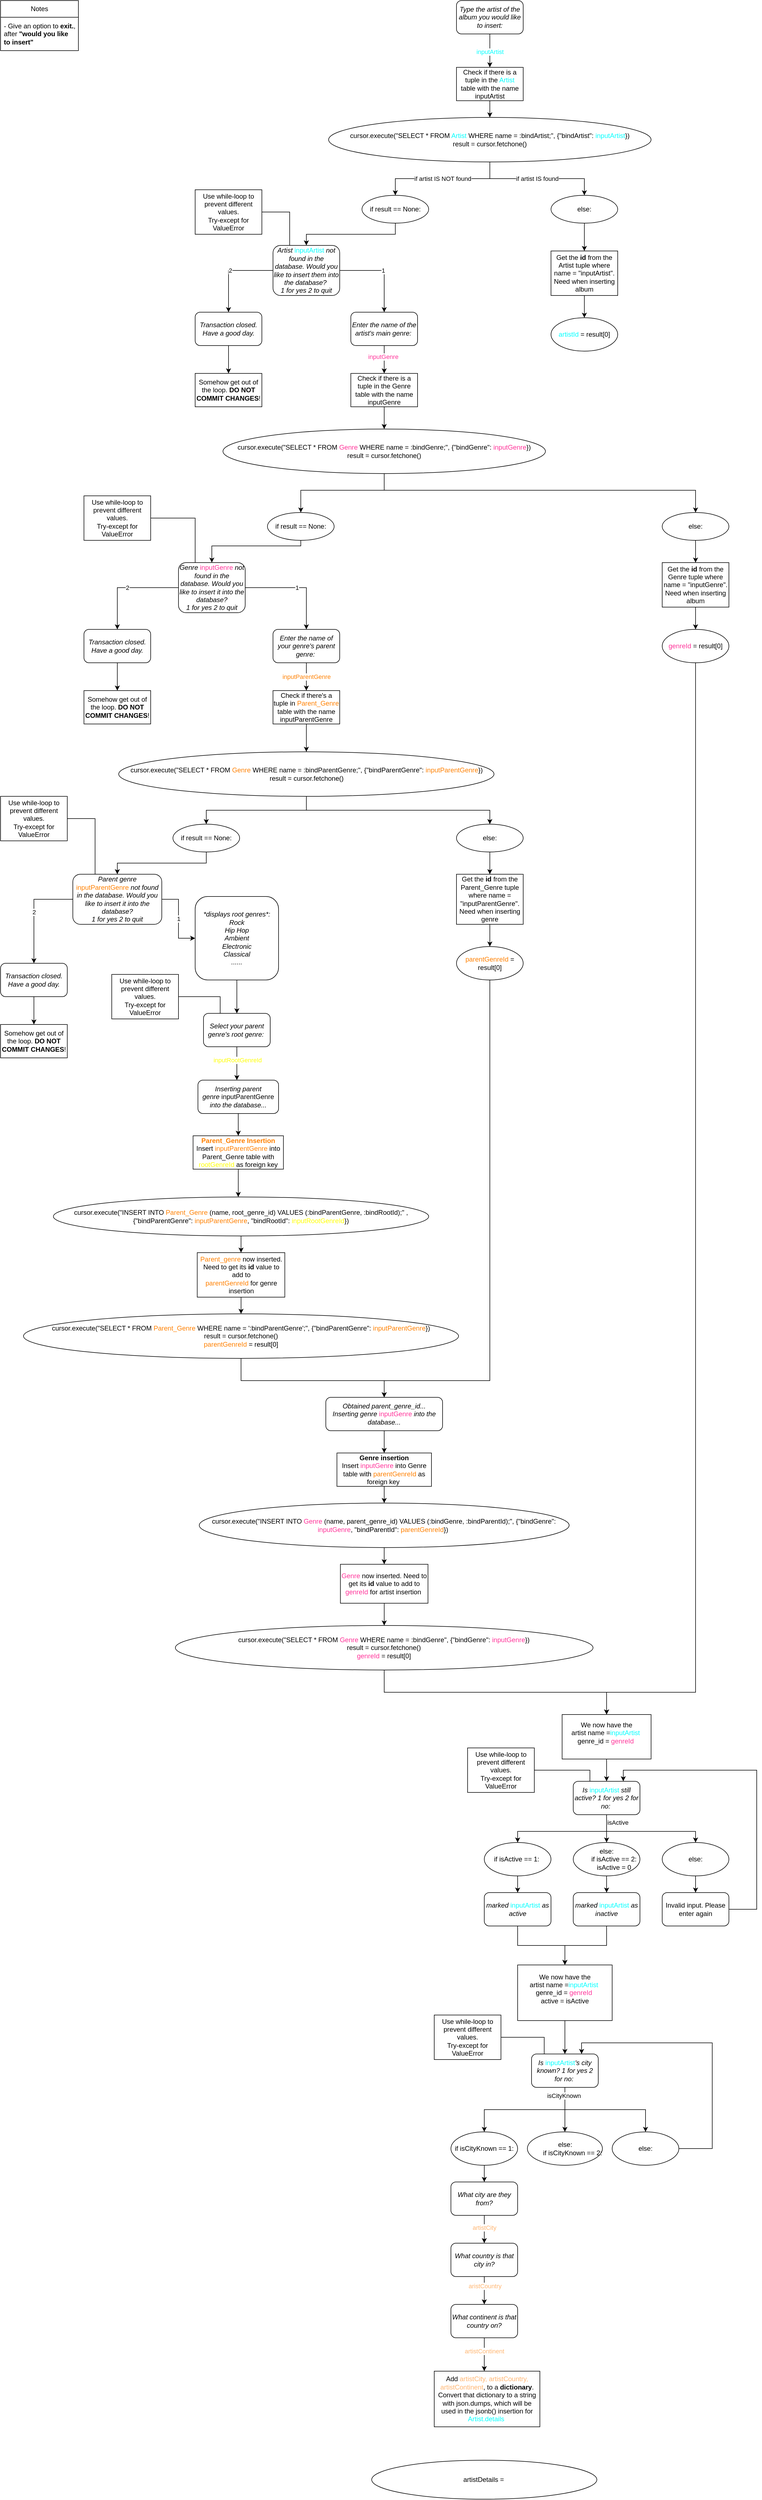
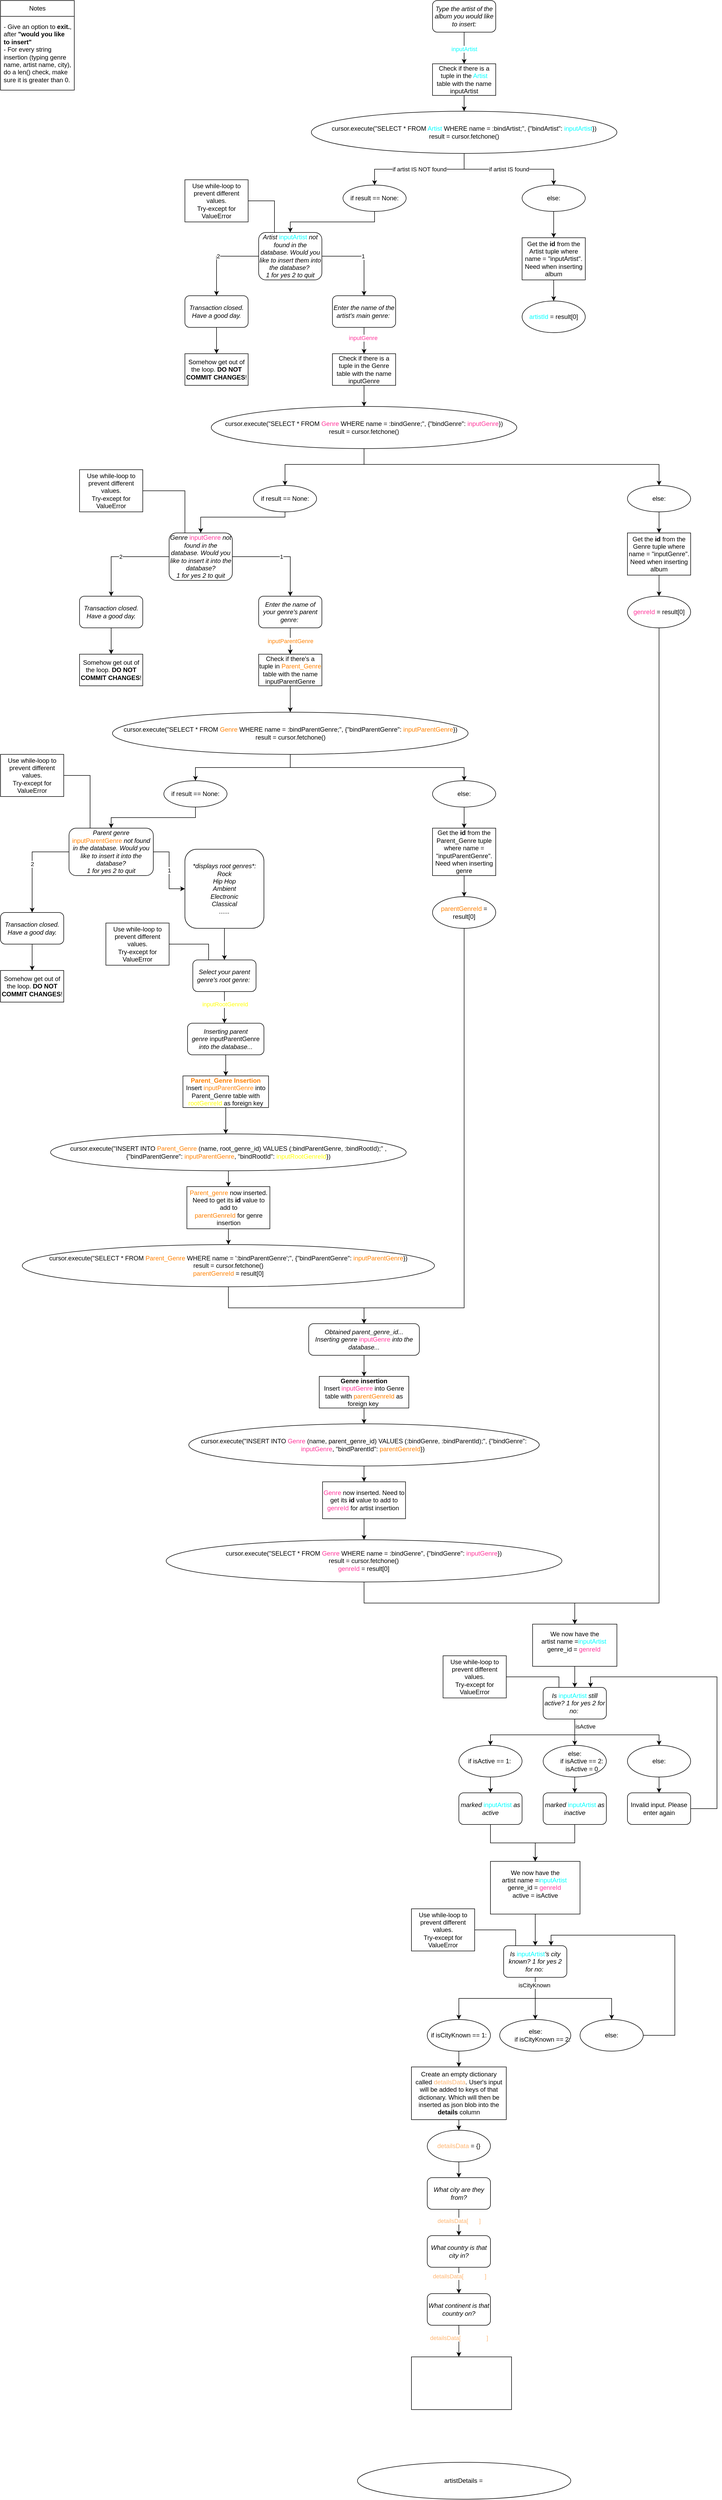
<mxfile host="Electron" agent="Mozilla/5.0 (Windows NT 10.0; Win64; x64) AppleWebKit/537.36 (KHTML, like Gecko) draw.io/29.3.6 Chrome/140.0.7339.249 Electron/38.8.0 Safari/537.36" version="29.3.6">
  <diagram name="Page-1" id="9aSEr8HFCkBT2hAoJ8n_">
    <mxGraphModel dx="1240" dy="793" grid="1" gridSize="10" guides="1" tooltips="1" connect="1" arrows="1" fold="1" page="1" pageScale="1" pageWidth="3000" pageHeight="8000" math="0" shadow="0">
      <root>
        <mxCell id="0" />
        <mxCell id="1" parent="0" />
        <mxCell id="xgELYtRN8pwQXO-F7E_u-6" edge="1" parent="1" style="edgeStyle=orthogonalEdgeStyle;rounded=0;orthogonalLoop=1;jettySize=auto;html=1;entryX=0.5;entryY=0;entryDx=0;entryDy=0;">
          <mxGeometry relative="1" as="geometry">
            <mxPoint x="990" y="90" as="sourcePoint" />
            <mxPoint x="990" y="150" as="targetPoint" />
          </mxGeometry>
        </mxCell>
        <mxCell id="xgELYtRN8pwQXO-F7E_u-7" connectable="0" parent="xgELYtRN8pwQXO-F7E_u-6" style="edgeLabel;html=1;align=center;verticalAlign=middle;resizable=0;points=[];" value="&lt;font style=&quot;color: rgb(0, 255, 255);&quot;&gt;inputArtist&lt;/font&gt;" vertex="1">
          <mxGeometry relative="1" x="0.06" as="geometry">
            <mxPoint as="offset" />
          </mxGeometry>
        </mxCell>
        <mxCell id="xgELYtRN8pwQXO-F7E_u-23" edge="1" parent="1" source="xgELYtRN8pwQXO-F7E_u-3" style="edgeStyle=orthogonalEdgeStyle;rounded=0;orthogonalLoop=1;jettySize=auto;html=1;entryX=0.5;entryY=0;entryDx=0;entryDy=0;" target="xgELYtRN8pwQXO-F7E_u-21">
          <mxGeometry relative="1" as="geometry" />
        </mxCell>
        <mxCell id="xgELYtRN8pwQXO-F7E_u-3" parent="1" style="rounded=0;whiteSpace=wrap;html=1;" value="Get the &lt;b style=&quot;&quot;&gt;id&lt;/b&gt;&amp;nbsp;from the Artist tuple where name = &quot;inputArtist&quot;. Need when inserting album" vertex="1">
          <mxGeometry height="80" width="120" x="1100" y="480" as="geometry" />
        </mxCell>
        <mxCell id="xgELYtRN8pwQXO-F7E_u-10" edge="1" parent="1" style="edgeStyle=orthogonalEdgeStyle;rounded=0;orthogonalLoop=1;jettySize=auto;html=1;entryX=0.5;entryY=0;entryDx=0;entryDy=0;" target="xgELYtRN8pwQXO-F7E_u-9">
          <mxGeometry relative="1" as="geometry">
            <mxPoint x="990" y="210" as="sourcePoint" />
          </mxGeometry>
        </mxCell>
        <mxCell id="xgELYtRN8pwQXO-F7E_u-18" edge="1" parent="1" source="xgELYtRN8pwQXO-F7E_u-9" style="edgeStyle=orthogonalEdgeStyle;rounded=0;orthogonalLoop=1;jettySize=auto;html=1;entryX=0.5;entryY=0;entryDx=0;entryDy=0;" target="xgELYtRN8pwQXO-F7E_u-16" value="if artist IS NOT found">
          <mxGeometry relative="1" as="geometry">
            <mxPoint as="offset" />
          </mxGeometry>
        </mxCell>
        <mxCell id="xgELYtRN8pwQXO-F7E_u-19" edge="1" parent="1" source="xgELYtRN8pwQXO-F7E_u-9" style="edgeStyle=orthogonalEdgeStyle;rounded=0;orthogonalLoop=1;jettySize=auto;html=1;entryX=0.5;entryY=0;entryDx=0;entryDy=0;" target="xgELYtRN8pwQXO-F7E_u-17" value="if artist IS found">
          <mxGeometry relative="1" as="geometry" />
        </mxCell>
        <mxCell id="xgELYtRN8pwQXO-F7E_u-9" parent="1" style="ellipse;whiteSpace=wrap;html=1;" value="cursor.execute(&quot;SELECT * FROM &lt;font style=&quot;color: rgb(0, 255, 255);&quot;&gt;Artist &lt;/font&gt;WHERE name = :bindArtist;&quot;, {&quot;bindArtist&quot;: &lt;font style=&quot;color: rgb(0, 255, 255);&quot;&gt;inputArtist&lt;/font&gt;})&lt;div&gt;result = cursor.fetchone()&lt;/div&gt;" vertex="1">
          <mxGeometry height="80" width="580" x="700" y="240" as="geometry" />
        </mxCell>
        <mxCell id="xgELYtRN8pwQXO-F7E_u-33" edge="1" parent="1" source="xgELYtRN8pwQXO-F7E_u-16" style="edgeStyle=orthogonalEdgeStyle;rounded=0;orthogonalLoop=1;jettySize=auto;html=1;" target="xgELYtRN8pwQXO-F7E_u-32">
          <mxGeometry relative="1" as="geometry">
            <Array as="points">
              <mxPoint x="820" y="450" />
              <mxPoint x="660" y="450" />
            </Array>
          </mxGeometry>
        </mxCell>
        <mxCell id="xgELYtRN8pwQXO-F7E_u-16" parent="1" style="ellipse;whiteSpace=wrap;html=1;" value="if result == None:" vertex="1">
          <mxGeometry height="50" width="120" x="760" y="380" as="geometry" />
        </mxCell>
        <mxCell id="xgELYtRN8pwQXO-F7E_u-22" edge="1" parent="1" source="xgELYtRN8pwQXO-F7E_u-17" style="edgeStyle=orthogonalEdgeStyle;rounded=0;orthogonalLoop=1;jettySize=auto;html=1;entryX=0.5;entryY=0;entryDx=0;entryDy=0;" target="xgELYtRN8pwQXO-F7E_u-3">
          <mxGeometry relative="1" as="geometry" />
        </mxCell>
        <mxCell id="xgELYtRN8pwQXO-F7E_u-17" parent="1" style="ellipse;whiteSpace=wrap;html=1;" value="else:" vertex="1">
          <mxGeometry height="50" width="120" x="1100" y="380" as="geometry" />
        </mxCell>
        <mxCell id="xgELYtRN8pwQXO-F7E_u-21" parent="1" style="ellipse;whiteSpace=wrap;html=1;" value="&lt;font style=&quot;color: rgb(0, 255, 255);&quot;&gt;artistId &lt;/font&gt;= result[0]" vertex="1">
          <mxGeometry height="60" width="120" x="1100" y="600" as="geometry" />
        </mxCell>
        <mxCell id="xgELYtRN8pwQXO-F7E_u-26" parent="1" style="swimlane;fontStyle=0;childLayout=stackLayout;horizontal=1;startSize=30;horizontalStack=0;resizeParent=1;resizeParentMax=0;resizeLast=0;collapsible=1;marginBottom=0;whiteSpace=wrap;html=1;" value="Notes" vertex="1">
-           <mxGeometry height="90" width="140" x="110" y="30" as="geometry">
+           <mxGeometry height="170" width="140" x="110" y="30" as="geometry">
            <mxRectangle height="30" width="70" x="350" y="50" as="alternateBounds" />
          </mxGeometry>
        </mxCell>
-         <mxCell id="xgELYtRN8pwQXO-F7E_u-27" parent="xgELYtRN8pwQXO-F7E_u-26" style="text;strokeColor=none;fillColor=none;align=left;verticalAlign=middle;spacingLeft=4;spacingRight=4;overflow=hidden;points=[[0,0.5],[1,0.5]];portConstraint=eastwest;rotatable=0;whiteSpace=wrap;html=1;" value="- Give an option to &lt;b&gt;exit.&lt;/b&gt;, after &lt;b&gt;&quot;would you like to insert&quot;&lt;/b&gt;" vertex="1">
-           <mxGeometry height="60" width="140" y="30" as="geometry" />
+         <mxCell id="xgELYtRN8pwQXO-F7E_u-27" parent="xgELYtRN8pwQXO-F7E_u-26" style="text;strokeColor=none;fillColor=none;align=left;verticalAlign=middle;spacingLeft=4;spacingRight=4;overflow=hidden;points=[[0,0.5],[1,0.5]];portConstraint=eastwest;rotatable=0;whiteSpace=wrap;html=1;" value="- Give an option to &lt;b&gt;exit.&lt;/b&gt;, after &lt;b&gt;&quot;would you like to insert&quot;&lt;/b&gt;&lt;div&gt;- For every string insertion (typing genre name, artist name, city), do a len() check, make sure it is greater than 0.&lt;/div&gt;" vertex="1">
+           <mxGeometry height="140" width="140" y="30" as="geometry" />
        </mxCell>
        <mxCell id="xgELYtRN8pwQXO-F7E_u-30" parent="1" style="rounded=0;whiteSpace=wrap;html=1;" value="Check if there is a tuple in the &lt;font style=&quot;color: rgb(0, 255, 255);&quot;&gt;Artist &lt;/font&gt;table with the name inputArtist" vertex="1">
          <mxGeometry height="60" width="120" x="930" y="150" as="geometry" />
        </mxCell>
        <mxCell id="xgELYtRN8pwQXO-F7E_u-31" parent="1" style="rounded=1;whiteSpace=wrap;html=1;" value="&lt;i&gt;Type the artist of the album you would like to insert:&lt;/i&gt;" vertex="1">
          <mxGeometry height="60" width="120" x="930" y="30" as="geometry" />
        </mxCell>
        <mxCell id="xgELYtRN8pwQXO-F7E_u-37" edge="1" parent="1" source="xgELYtRN8pwQXO-F7E_u-32" style="edgeStyle=orthogonalEdgeStyle;rounded=0;orthogonalLoop=1;jettySize=auto;html=1;" target="xgELYtRN8pwQXO-F7E_u-36" value="2">
          <mxGeometry relative="1" as="geometry" />
        </mxCell>
        <mxCell id="xgELYtRN8pwQXO-F7E_u-44" edge="1" parent="1" source="xgELYtRN8pwQXO-F7E_u-32" style="edgeStyle=orthogonalEdgeStyle;rounded=0;orthogonalLoop=1;jettySize=auto;html=1;entryX=0.5;entryY=0;entryDx=0;entryDy=0;" target="xgELYtRN8pwQXO-F7E_u-43" value="1">
          <mxGeometry relative="1" as="geometry" />
        </mxCell>
        <mxCell id="xgELYtRN8pwQXO-F7E_u-32" parent="1" style="rounded=1;whiteSpace=wrap;html=1;" value="&lt;i&gt;Artist &lt;/i&gt;&lt;font style=&quot;color: rgb(0, 255, 255);&quot;&gt;inputArtist&lt;/font&gt;&lt;i&gt;&lt;font style=&quot;color: rgb(0, 255, 255);&quot;&gt;&amp;nbsp;&lt;/font&gt;not found in the database. Would you like to insert them into the database?&amp;nbsp;&lt;/i&gt;&lt;div&gt;&lt;i&gt;1 for yes 2 to quit&lt;/i&gt;&lt;/div&gt;" vertex="1">
          <mxGeometry height="90" width="120" x="600" y="470" as="geometry" />
        </mxCell>
        <mxCell id="xgELYtRN8pwQXO-F7E_u-42" edge="1" parent="1" source="xgELYtRN8pwQXO-F7E_u-36" style="edgeStyle=orthogonalEdgeStyle;rounded=0;orthogonalLoop=1;jettySize=auto;html=1;entryX=0.5;entryY=0;entryDx=0;entryDy=0;" target="xgELYtRN8pwQXO-F7E_u-41">
          <mxGeometry relative="1" as="geometry" />
        </mxCell>
        <mxCell id="xgELYtRN8pwQXO-F7E_u-36" parent="1" style="rounded=1;whiteSpace=wrap;html=1;" value="&lt;i&gt;Transaction closed. Have a good day.&lt;/i&gt;" vertex="1">
          <mxGeometry height="60" width="120" x="460" y="590" as="geometry" />
        </mxCell>
        <mxCell id="xgELYtRN8pwQXO-F7E_u-40" edge="1" parent="1" source="xgELYtRN8pwQXO-F7E_u-39" style="edgeStyle=orthogonalEdgeStyle;rounded=0;orthogonalLoop=1;jettySize=auto;html=1;entryX=0.25;entryY=0;entryDx=0;entryDy=0;endArrow=none;endFill=0;" target="xgELYtRN8pwQXO-F7E_u-32">
          <mxGeometry relative="1" as="geometry" />
        </mxCell>
        <mxCell id="xgELYtRN8pwQXO-F7E_u-39" parent="1" style="rounded=0;whiteSpace=wrap;html=1;" value="Use while-loop to prevent different values.&lt;div&gt;Try-except for ValueError&lt;/div&gt;" vertex="1">
          <mxGeometry height="80" width="120" x="460" y="370" as="geometry" />
        </mxCell>
        <mxCell id="xgELYtRN8pwQXO-F7E_u-41" parent="1" style="rounded=0;whiteSpace=wrap;html=1;" value="Somehow get out of the loop. &lt;b&gt;DO NOT COMMIT&lt;/b&gt;&amp;nbsp;&lt;b&gt;CHANGES&lt;/b&gt;!" vertex="1">
          <mxGeometry height="60" width="120" x="460" y="700" as="geometry" />
        </mxCell>
        <mxCell id="xgELYtRN8pwQXO-F7E_u-46" edge="1" parent="1" source="xgELYtRN8pwQXO-F7E_u-43" style="edgeStyle=orthogonalEdgeStyle;rounded=0;orthogonalLoop=1;jettySize=auto;html=1;entryX=0.5;entryY=0;entryDx=0;entryDy=0;" target="xgELYtRN8pwQXO-F7E_u-45">
          <mxGeometry relative="1" as="geometry" />
        </mxCell>
        <mxCell id="xgELYtRN8pwQXO-F7E_u-47" connectable="0" parent="xgELYtRN8pwQXO-F7E_u-46" style="edgeLabel;html=1;align=center;verticalAlign=middle;resizable=0;points=[];" value="&lt;font style=&quot;color: rgb(255, 51, 153);&quot;&gt;inputGenre&lt;/font&gt;" vertex="1">
          <mxGeometry relative="1" x="-0.2" y="-2" as="geometry">
            <mxPoint as="offset" />
          </mxGeometry>
        </mxCell>
        <mxCell id="xgELYtRN8pwQXO-F7E_u-43" parent="1" style="rounded=1;whiteSpace=wrap;html=1;" value="&lt;i&gt;Enter the name of the artist&#39;s main genre:&amp;nbsp;&lt;/i&gt;" vertex="1">
          <mxGeometry height="60" width="120" x="740" y="590" as="geometry" />
        </mxCell>
        <mxCell id="xgELYtRN8pwQXO-F7E_u-49" edge="1" parent="1" source="xgELYtRN8pwQXO-F7E_u-45" style="edgeStyle=orthogonalEdgeStyle;rounded=0;orthogonalLoop=1;jettySize=auto;html=1;entryX=0.5;entryY=0;entryDx=0;entryDy=0;" target="xgELYtRN8pwQXO-F7E_u-48">
          <mxGeometry relative="1" as="geometry" />
        </mxCell>
        <mxCell id="xgELYtRN8pwQXO-F7E_u-45" parent="1" style="rounded=0;whiteSpace=wrap;html=1;" value="Check if there is a tuple in the Genre table with the name inputGenre" vertex="1">
          <mxGeometry height="60" width="120" x="740" y="700" as="geometry" />
        </mxCell>
        <mxCell id="xgELYtRN8pwQXO-F7E_u-52" edge="1" parent="1" source="xgELYtRN8pwQXO-F7E_u-48" style="edgeStyle=orthogonalEdgeStyle;rounded=0;orthogonalLoop=1;jettySize=auto;html=1;entryX=0.5;entryY=0;entryDx=0;entryDy=0;" target="xgELYtRN8pwQXO-F7E_u-50">
          <mxGeometry relative="1" as="geometry">
            <Array as="points">
              <mxPoint x="800" y="910" />
              <mxPoint x="650" y="910" />
            </Array>
          </mxGeometry>
        </mxCell>
        <mxCell id="xgELYtRN8pwQXO-F7E_u-53" edge="1" parent="1" source="xgELYtRN8pwQXO-F7E_u-48" style="edgeStyle=orthogonalEdgeStyle;rounded=0;orthogonalLoop=1;jettySize=auto;html=1;entryX=0.5;entryY=0;entryDx=0;entryDy=0;" target="xgELYtRN8pwQXO-F7E_u-51">
          <mxGeometry relative="1" as="geometry">
            <Array as="points">
              <mxPoint x="800" y="910" />
              <mxPoint x="1360" y="910" />
            </Array>
          </mxGeometry>
        </mxCell>
        <mxCell id="xgELYtRN8pwQXO-F7E_u-48" parent="1" style="ellipse;whiteSpace=wrap;html=1;" value="cursor.execute(&quot;SELECT * FROM &lt;font style=&quot;color: rgb(255, 51, 153);&quot;&gt;Genre &lt;/font&gt;WHERE name = :bindGenre;&quot;, {&quot;bindGenre&quot;: &lt;font style=&quot;color: rgb(255, 51, 153);&quot;&gt;inputGenre&lt;/font&gt;})&lt;div&gt;result = cursor.fetchone()&lt;/div&gt;" vertex="1">
          <mxGeometry height="80" width="580" x="510" y="800" as="geometry" />
        </mxCell>
        <mxCell id="xgELYtRN8pwQXO-F7E_u-59" edge="1" parent="1" source="xgELYtRN8pwQXO-F7E_u-50" style="edgeStyle=orthogonalEdgeStyle;rounded=0;orthogonalLoop=1;jettySize=auto;html=1;entryX=0.5;entryY=0;entryDx=0;entryDy=0;" target="xgELYtRN8pwQXO-F7E_u-58">
          <mxGeometry relative="1" as="geometry">
            <Array as="points">
              <mxPoint x="650" y="1010" />
              <mxPoint x="490" y="1010" />
            </Array>
          </mxGeometry>
        </mxCell>
        <mxCell id="xgELYtRN8pwQXO-F7E_u-50" parent="1" style="ellipse;whiteSpace=wrap;html=1;" value="if result == None:" vertex="1">
          <mxGeometry height="50" width="120" x="590" y="950" as="geometry" />
        </mxCell>
        <mxCell id="xgELYtRN8pwQXO-F7E_u-55" edge="1" parent="1" source="xgELYtRN8pwQXO-F7E_u-51" style="edgeStyle=orthogonalEdgeStyle;rounded=0;orthogonalLoop=1;jettySize=auto;html=1;entryX=0.5;entryY=0;entryDx=0;entryDy=0;" target="xgELYtRN8pwQXO-F7E_u-54">
          <mxGeometry relative="1" as="geometry" />
        </mxCell>
        <mxCell id="xgELYtRN8pwQXO-F7E_u-51" parent="1" style="ellipse;whiteSpace=wrap;html=1;" value="else:" vertex="1">
          <mxGeometry height="50" width="120" x="1300" y="950" as="geometry" />
        </mxCell>
        <mxCell id="xgELYtRN8pwQXO-F7E_u-57" edge="1" parent="1" source="xgELYtRN8pwQXO-F7E_u-54" style="edgeStyle=orthogonalEdgeStyle;rounded=0;orthogonalLoop=1;jettySize=auto;html=1;entryX=0.5;entryY=0;entryDx=0;entryDy=0;" target="xgELYtRN8pwQXO-F7E_u-56">
          <mxGeometry relative="1" as="geometry" />
        </mxCell>
        <mxCell id="xgELYtRN8pwQXO-F7E_u-54" parent="1" style="rounded=0;whiteSpace=wrap;html=1;" value="Get the &lt;b style=&quot;&quot;&gt;id&lt;/b&gt;&amp;nbsp;from the Genre tuple where name = &quot;inputGenre&quot;. Need when inserting album" vertex="1">
          <mxGeometry height="80" width="120" x="1300" y="1040" as="geometry" />
        </mxCell>
        <mxCell id="xgELYtRN8pwQXO-F7E_u-134" edge="1" parent="1" source="xgELYtRN8pwQXO-F7E_u-56" style="edgeStyle=orthogonalEdgeStyle;rounded=0;orthogonalLoop=1;jettySize=auto;html=1;entryX=0.5;entryY=0;entryDx=0;entryDy=0;" target="xgELYtRN8pwQXO-F7E_u-129">
          <mxGeometry relative="1" as="geometry">
            <Array as="points">
              <mxPoint x="1360" y="3070" />
              <mxPoint x="1200" y="3070" />
            </Array>
          </mxGeometry>
        </mxCell>
        <mxCell id="xgELYtRN8pwQXO-F7E_u-56" parent="1" style="ellipse;whiteSpace=wrap;html=1;" value="&lt;font style=&quot;color: rgb(255, 51, 153);&quot;&gt;genreId&amp;nbsp;&lt;/font&gt;= result[0]" vertex="1">
          <mxGeometry height="60" width="120" x="1300" y="1160" as="geometry" />
        </mxCell>
        <mxCell id="xgELYtRN8pwQXO-F7E_u-63" edge="1" parent="1" source="xgELYtRN8pwQXO-F7E_u-58" style="edgeStyle=orthogonalEdgeStyle;rounded=0;orthogonalLoop=1;jettySize=auto;html=1;" target="xgELYtRN8pwQXO-F7E_u-61" value="2">
          <mxGeometry relative="1" as="geometry" />
        </mxCell>
        <mxCell id="xgELYtRN8pwQXO-F7E_u-65" edge="1" parent="1" source="xgELYtRN8pwQXO-F7E_u-58" style="edgeStyle=orthogonalEdgeStyle;rounded=0;orthogonalLoop=1;jettySize=auto;html=1;entryX=0.5;entryY=0;entryDx=0;entryDy=0;" target="xgELYtRN8pwQXO-F7E_u-64" value="1">
          <mxGeometry relative="1" as="geometry" />
        </mxCell>
        <mxCell id="xgELYtRN8pwQXO-F7E_u-58" parent="1" style="rounded=1;whiteSpace=wrap;html=1;" value="&lt;i&gt;Genre&amp;nbsp;&lt;/i&gt;&lt;font style=&quot;color: rgb(255, 51, 153);&quot;&gt;inputGenre&lt;/font&gt;&lt;i&gt;&lt;font style=&quot;color: rgb(255, 51, 153);&quot;&gt;&amp;nbsp;&lt;/font&gt;not found in the database. Would you like to insert it into the database?&lt;/i&gt;&lt;div&gt;&lt;i&gt;1 for yes 2 to quit&lt;/i&gt;&lt;/div&gt;" vertex="1">
          <mxGeometry height="90" width="120" x="430" y="1040" as="geometry" />
        </mxCell>
        <mxCell id="xgELYtRN8pwQXO-F7E_u-60" edge="1" parent="1" source="xgELYtRN8pwQXO-F7E_u-61" style="edgeStyle=orthogonalEdgeStyle;rounded=0;orthogonalLoop=1;jettySize=auto;html=1;entryX=0.5;entryY=0;entryDx=0;entryDy=0;" target="xgELYtRN8pwQXO-F7E_u-62">
          <mxGeometry relative="1" as="geometry" />
        </mxCell>
        <mxCell id="xgELYtRN8pwQXO-F7E_u-61" parent="1" style="rounded=1;whiteSpace=wrap;html=1;" value="&lt;i&gt;Transaction closed. Have a good day.&lt;/i&gt;" vertex="1">
          <mxGeometry height="60" width="120" x="260" y="1160" as="geometry" />
        </mxCell>
        <mxCell id="xgELYtRN8pwQXO-F7E_u-62" parent="1" style="rounded=0;whiteSpace=wrap;html=1;" value="Somehow get out of the loop. &lt;b&gt;DO NOT COMMIT&lt;/b&gt;&amp;nbsp;&lt;b&gt;CHANGES&lt;/b&gt;!" vertex="1">
          <mxGeometry height="60" width="120" x="260" y="1270" as="geometry" />
        </mxCell>
        <mxCell id="xgELYtRN8pwQXO-F7E_u-67" edge="1" parent="1" source="xgELYtRN8pwQXO-F7E_u-64" style="edgeStyle=orthogonalEdgeStyle;rounded=0;orthogonalLoop=1;jettySize=auto;html=1;entryX=0.5;entryY=0;entryDx=0;entryDy=0;" target="xgELYtRN8pwQXO-F7E_u-66" value="&lt;font style=&quot;color: rgb(255, 128, 0);&quot;&gt;inputParentGenre&lt;/font&gt;">
          <mxGeometry relative="1" as="geometry">
            <mxPoint as="offset" />
          </mxGeometry>
        </mxCell>
        <mxCell id="xgELYtRN8pwQXO-F7E_u-64" parent="1" style="rounded=1;whiteSpace=wrap;html=1;" value="&lt;i&gt;Enter the name of your genre&#39;s parent genre:&amp;nbsp;&lt;/i&gt;" vertex="1">
          <mxGeometry height="60" width="120" x="600" y="1160" as="geometry" />
        </mxCell>
        <mxCell id="xgELYtRN8pwQXO-F7E_u-72" edge="1" parent="1" source="xgELYtRN8pwQXO-F7E_u-66" style="edgeStyle=orthogonalEdgeStyle;rounded=0;orthogonalLoop=1;jettySize=auto;html=1;" target="xgELYtRN8pwQXO-F7E_u-71">
          <mxGeometry relative="1" as="geometry" />
        </mxCell>
        <mxCell id="xgELYtRN8pwQXO-F7E_u-66" parent="1" style="rounded=0;whiteSpace=wrap;html=1;" value="Check if there&#39;s a tuple in &lt;font style=&quot;color: rgb(255, 128, 0);&quot;&gt;Parent_Genre&lt;/font&gt; table with the name inputParentGenre" vertex="1">
          <mxGeometry height="60" width="120" x="600" y="1270" as="geometry" />
        </mxCell>
        <mxCell id="xgELYtRN8pwQXO-F7E_u-70" edge="1" parent="1" source="xgELYtRN8pwQXO-F7E_u-68" style="edgeStyle=orthogonalEdgeStyle;rounded=0;orthogonalLoop=1;jettySize=auto;html=1;entryX=0.25;entryY=0;entryDx=0;entryDy=0;endArrow=none;endFill=0;" target="xgELYtRN8pwQXO-F7E_u-58">
          <mxGeometry relative="1" as="geometry" />
        </mxCell>
        <mxCell id="xgELYtRN8pwQXO-F7E_u-68" parent="1" style="rounded=0;whiteSpace=wrap;html=1;" value="Use while-loop to prevent different values.&lt;div&gt;Try-except for ValueError&lt;/div&gt;" vertex="1">
          <mxGeometry height="80" width="120" x="260" y="920" as="geometry" />
        </mxCell>
        <mxCell id="xgELYtRN8pwQXO-F7E_u-74" edge="1" parent="1" source="xgELYtRN8pwQXO-F7E_u-71" style="edgeStyle=orthogonalEdgeStyle;rounded=0;orthogonalLoop=1;jettySize=auto;html=1;entryX=0.5;entryY=0;entryDx=0;entryDy=0;" target="xgELYtRN8pwQXO-F7E_u-73">
          <mxGeometry relative="1" as="geometry" />
        </mxCell>
        <mxCell id="xgELYtRN8pwQXO-F7E_u-76" edge="1" parent="1" source="xgELYtRN8pwQXO-F7E_u-71" style="edgeStyle=orthogonalEdgeStyle;rounded=0;orthogonalLoop=1;jettySize=auto;html=1;entryX=0.5;entryY=0;entryDx=0;entryDy=0;" target="xgELYtRN8pwQXO-F7E_u-75">
          <mxGeometry relative="1" as="geometry" />
        </mxCell>
        <mxCell id="xgELYtRN8pwQXO-F7E_u-71" parent="1" style="ellipse;whiteSpace=wrap;html=1;" value="cursor.execute(&quot;SELECT * FROM &lt;font style=&quot;color: rgb(255, 128, 0);&quot;&gt;Genre &lt;/font&gt;WHERE name = :bindParentGenre;&quot;, {&quot;bindParentGenre&quot;: &lt;font style=&quot;color: rgb(255, 128, 0);&quot;&gt;inputParentGenre&lt;/font&gt;})&lt;div&gt;result = cursor.fetchone()&lt;/div&gt;" vertex="1">
          <mxGeometry height="80" width="675" x="322.5" y="1380" as="geometry" />
        </mxCell>
        <mxCell id="xgELYtRN8pwQXO-F7E_u-82" edge="1" parent="1" source="xgELYtRN8pwQXO-F7E_u-73" style="edgeStyle=orthogonalEdgeStyle;rounded=0;orthogonalLoop=1;jettySize=auto;html=1;" target="xgELYtRN8pwQXO-F7E_u-81">
          <mxGeometry relative="1" as="geometry">
            <Array as="points">
              <mxPoint x="480" y="1580" />
              <mxPoint x="320" y="1580" />
            </Array>
          </mxGeometry>
        </mxCell>
        <mxCell id="xgELYtRN8pwQXO-F7E_u-73" parent="1" style="ellipse;whiteSpace=wrap;html=1;" value="if result == None:" vertex="1">
          <mxGeometry height="50" width="120" x="420" y="1510" as="geometry" />
        </mxCell>
        <mxCell id="xgELYtRN8pwQXO-F7E_u-78" edge="1" parent="1" source="xgELYtRN8pwQXO-F7E_u-75" style="edgeStyle=orthogonalEdgeStyle;rounded=0;orthogonalLoop=1;jettySize=auto;html=1;" target="xgELYtRN8pwQXO-F7E_u-77">
          <mxGeometry relative="1" as="geometry" />
        </mxCell>
        <mxCell id="xgELYtRN8pwQXO-F7E_u-75" parent="1" style="ellipse;whiteSpace=wrap;html=1;" value="else:" vertex="1">
          <mxGeometry height="50" width="120" x="930" y="1510" as="geometry" />
        </mxCell>
        <mxCell id="xgELYtRN8pwQXO-F7E_u-80" edge="1" parent="1" source="xgELYtRN8pwQXO-F7E_u-77" style="edgeStyle=orthogonalEdgeStyle;rounded=0;orthogonalLoop=1;jettySize=auto;html=1;entryX=0.5;entryY=0;entryDx=0;entryDy=0;" target="xgELYtRN8pwQXO-F7E_u-79">
          <mxGeometry relative="1" as="geometry" />
        </mxCell>
        <mxCell id="xgELYtRN8pwQXO-F7E_u-77" parent="1" style="rounded=0;whiteSpace=wrap;html=1;" value="Get the &lt;b style=&quot;&quot;&gt;id&lt;/b&gt;&amp;nbsp;from the Parent_Genre tuple where name = &quot;inputParentGenre&quot;. Need when inserting genre" vertex="1">
          <mxGeometry height="90" width="120" x="930" y="1600" as="geometry" />
        </mxCell>
        <mxCell id="xgELYtRN8pwQXO-F7E_u-117" edge="1" parent="1" source="xgELYtRN8pwQXO-F7E_u-79" style="edgeStyle=orthogonalEdgeStyle;rounded=0;orthogonalLoop=1;jettySize=auto;html=1;" target="xgELYtRN8pwQXO-F7E_u-116">
          <mxGeometry relative="1" as="geometry">
            <Array as="points">
              <mxPoint x="990" y="2510" />
              <mxPoint x="800" y="2510" />
            </Array>
          </mxGeometry>
        </mxCell>
        <mxCell id="xgELYtRN8pwQXO-F7E_u-79" parent="1" style="ellipse;whiteSpace=wrap;html=1;" value="&lt;font style=&quot;color: rgb(255, 128, 0);&quot;&gt;parentGenreId&amp;nbsp;&lt;/font&gt;= result[0]" vertex="1">
          <mxGeometry height="60" width="120" x="930" y="1730" as="geometry" />
        </mxCell>
        <mxCell id="xgELYtRN8pwQXO-F7E_u-84" edge="1" parent="1" source="xgELYtRN8pwQXO-F7E_u-81" style="edgeStyle=orthogonalEdgeStyle;rounded=0;orthogonalLoop=1;jettySize=auto;html=1;entryX=0.5;entryY=0;entryDx=0;entryDy=0;" target="xgELYtRN8pwQXO-F7E_u-83" value="2">
          <mxGeometry relative="1" as="geometry" />
        </mxCell>
        <mxCell id="xgELYtRN8pwQXO-F7E_u-90" edge="1" parent="1" source="xgELYtRN8pwQXO-F7E_u-81" style="edgeStyle=orthogonalEdgeStyle;rounded=0;orthogonalLoop=1;jettySize=auto;html=1;" target="xgELYtRN8pwQXO-F7E_u-89" value="1">
          <mxGeometry relative="1" as="geometry" />
        </mxCell>
        <mxCell id="xgELYtRN8pwQXO-F7E_u-81" parent="1" style="rounded=1;whiteSpace=wrap;html=1;" value="&lt;i&gt;Parent genre &lt;/i&gt;&lt;font style=&quot;color: rgb(255, 128, 0);&quot;&gt;inputParentGenre&lt;/font&gt;&lt;i&gt;&lt;font style=&quot;color: rgb(255, 128, 0);&quot;&gt;&amp;nbsp;&lt;/font&gt;not found in the database. Would you like to insert it into the database?&lt;/i&gt;&lt;div&gt;&lt;i&gt;1 for yes 2 to quit&lt;/i&gt;&lt;/div&gt;" vertex="1">
          <mxGeometry height="90" width="160" x="240" y="1600" as="geometry" />
        </mxCell>
        <mxCell id="xgELYtRN8pwQXO-F7E_u-86" edge="1" parent="1" source="xgELYtRN8pwQXO-F7E_u-83" style="edgeStyle=orthogonalEdgeStyle;rounded=0;orthogonalLoop=1;jettySize=auto;html=1;entryX=0.5;entryY=0;entryDx=0;entryDy=0;" target="xgELYtRN8pwQXO-F7E_u-85">
          <mxGeometry relative="1" as="geometry" />
        </mxCell>
        <mxCell id="xgELYtRN8pwQXO-F7E_u-83" parent="1" style="rounded=1;whiteSpace=wrap;html=1;" value="&lt;i&gt;Transaction closed. Have a good day.&lt;/i&gt;" vertex="1">
          <mxGeometry height="60" width="120" x="110" y="1760" as="geometry" />
        </mxCell>
        <mxCell id="xgELYtRN8pwQXO-F7E_u-85" parent="1" style="rounded=0;whiteSpace=wrap;html=1;" value="Somehow get out of the loop. &lt;b&gt;DO NOT COMMIT&lt;/b&gt;&amp;nbsp;&lt;b&gt;CHANGES&lt;/b&gt;!" vertex="1">
          <mxGeometry height="60" width="120" x="110" y="1870" as="geometry" />
        </mxCell>
        <mxCell id="xgELYtRN8pwQXO-F7E_u-88" edge="1" parent="1" source="xgELYtRN8pwQXO-F7E_u-87" style="edgeStyle=orthogonalEdgeStyle;rounded=0;orthogonalLoop=1;jettySize=auto;html=1;entryX=0.25;entryY=0;entryDx=0;entryDy=0;endArrow=none;endFill=0;" target="xgELYtRN8pwQXO-F7E_u-81">
          <mxGeometry relative="1" as="geometry" />
        </mxCell>
        <mxCell id="xgELYtRN8pwQXO-F7E_u-87" parent="1" style="rounded=0;whiteSpace=wrap;html=1;" value="Use while-loop to prevent different values.&lt;div&gt;Try-except for ValueError&lt;/div&gt;" vertex="1">
          <mxGeometry height="80" width="120" x="110" y="1460" as="geometry" />
        </mxCell>
        <mxCell id="xgELYtRN8pwQXO-F7E_u-93" edge="1" parent="1" source="xgELYtRN8pwQXO-F7E_u-89" style="edgeStyle=orthogonalEdgeStyle;rounded=0;orthogonalLoop=1;jettySize=auto;html=1;entryX=0.5;entryY=0;entryDx=0;entryDy=0;" target="xgELYtRN8pwQXO-F7E_u-92">
          <mxGeometry relative="1" as="geometry" />
        </mxCell>
        <mxCell id="xgELYtRN8pwQXO-F7E_u-89" parent="1" style="rounded=1;whiteSpace=wrap;html=1;" value="&lt;i&gt;*displays root genres*:&lt;/i&gt;&lt;div&gt;&lt;i&gt;Rock&lt;/i&gt;&lt;/div&gt;&lt;div&gt;&lt;i&gt;Hip Hop&lt;/i&gt;&lt;/div&gt;&lt;div&gt;&lt;i&gt;Ambient&lt;/i&gt;&lt;/div&gt;&lt;div&gt;&lt;i&gt;Electronic&lt;/i&gt;&lt;/div&gt;&lt;div&gt;&lt;i&gt;Classical&lt;/i&gt;&lt;/div&gt;&lt;div&gt;&lt;i&gt;......&lt;/i&gt;&lt;/div&gt;" vertex="1">
          <mxGeometry height="150" width="150" x="460" y="1640" as="geometry" />
        </mxCell>
        <mxCell id="xgELYtRN8pwQXO-F7E_u-97" edge="1" parent="1" source="xgELYtRN8pwQXO-F7E_u-92" style="edgeStyle=orthogonalEdgeStyle;rounded=0;orthogonalLoop=1;jettySize=auto;html=1;entryX=0.5;entryY=0;entryDx=0;entryDy=0;">
          <mxGeometry relative="1" as="geometry">
            <mxPoint x="535" y="1970" as="targetPoint" />
          </mxGeometry>
        </mxCell>
        <mxCell id="xgELYtRN8pwQXO-F7E_u-98" connectable="0" parent="xgELYtRN8pwQXO-F7E_u-97" style="edgeLabel;html=1;align=center;verticalAlign=middle;resizable=0;points=[];" value="&lt;font style=&quot;color: rgb(255, 255, 0);&quot;&gt;inputRootGenreId&lt;/font&gt;" vertex="1">
          <mxGeometry relative="1" x="-0.2" y="1" as="geometry">
            <mxPoint as="offset" />
          </mxGeometry>
        </mxCell>
        <mxCell id="xgELYtRN8pwQXO-F7E_u-92" parent="1" style="rounded=1;whiteSpace=wrap;html=1;" value="&lt;i&gt;Select your parent genre&#39;s root genre:&amp;nbsp;&lt;/i&gt;" vertex="1">
          <mxGeometry height="60" width="120" x="475" y="1850" as="geometry" />
        </mxCell>
        <mxCell id="xgELYtRN8pwQXO-F7E_u-128" edge="1" parent="1" source="xgELYtRN8pwQXO-F7E_u-99" style="edgeStyle=orthogonalEdgeStyle;rounded=0;orthogonalLoop=1;jettySize=auto;html=1;entryX=0.25;entryY=0;entryDx=0;entryDy=0;endArrow=none;endFill=0;" target="xgELYtRN8pwQXO-F7E_u-92">
          <mxGeometry relative="1" as="geometry" />
        </mxCell>
        <mxCell id="xgELYtRN8pwQXO-F7E_u-99" parent="1" style="rounded=0;whiteSpace=wrap;html=1;" value="Use while-loop to prevent different values.&lt;div&gt;Try-except for ValueError&lt;/div&gt;" vertex="1">
          <mxGeometry height="80" width="120" x="310" y="1780" as="geometry" />
        </mxCell>
        <mxCell id="xgELYtRN8pwQXO-F7E_u-107" edge="1" parent="1" source="xgELYtRN8pwQXO-F7E_u-101" style="edgeStyle=orthogonalEdgeStyle;rounded=0;orthogonalLoop=1;jettySize=auto;html=1;" target="xgELYtRN8pwQXO-F7E_u-104">
          <mxGeometry relative="1" as="geometry" />
        </mxCell>
        <mxCell id="xgELYtRN8pwQXO-F7E_u-101" parent="1" style="rounded=1;whiteSpace=wrap;html=1;" value="&lt;i&gt;Inserting parent genre&lt;/i&gt;&amp;nbsp;inputParentGenre &lt;i&gt;into the database...&lt;/i&gt;" vertex="1">
          <mxGeometry height="60" width="145" x="465" y="1970" as="geometry" />
        </mxCell>
        <mxCell id="xgELYtRN8pwQXO-F7E_u-109" edge="1" parent="1" source="xgELYtRN8pwQXO-F7E_u-104" style="edgeStyle=orthogonalEdgeStyle;rounded=0;orthogonalLoop=1;jettySize=auto;html=1;">
          <mxGeometry relative="1" as="geometry">
            <mxPoint x="537.5" y="2180" as="targetPoint" />
          </mxGeometry>
        </mxCell>
        <mxCell id="xgELYtRN8pwQXO-F7E_u-104" parent="1" style="rounded=0;whiteSpace=wrap;html=1;" value="&lt;b&gt;&lt;font style=&quot;color: rgb(255, 128, 0);&quot;&gt;Parent_Genre Insertion&lt;/font&gt;&lt;/b&gt;&lt;div&gt;Insert &lt;font style=&quot;color: rgb(255, 128, 0);&quot;&gt;inputParentGenre &lt;/font&gt;into Parent_Genre table with &lt;font style=&quot;color: rgb(255, 255, 0);&quot;&gt;rootGenreId &lt;/font&gt;as foreign key&lt;/div&gt;" vertex="1">
          <mxGeometry height="60" width="162.5" x="456.25" y="2070" as="geometry" />
        </mxCell>
        <mxCell id="xgELYtRN8pwQXO-F7E_u-113" edge="1" parent="1" source="xgELYtRN8pwQXO-F7E_u-108" style="edgeStyle=orthogonalEdgeStyle;rounded=0;orthogonalLoop=1;jettySize=auto;html=1;entryX=0.5;entryY=0;entryDx=0;entryDy=0;" target="xgELYtRN8pwQXO-F7E_u-110">
          <mxGeometry relative="1" as="geometry" />
        </mxCell>
        <mxCell id="xgELYtRN8pwQXO-F7E_u-108" parent="1" style="ellipse;whiteSpace=wrap;html=1;" value="cursor.execute(&quot;INSERT INTO &lt;font style=&quot;color: rgb(255, 128, 0);&quot;&gt;Parent_Genre&lt;/font&gt;&amp;nbsp;(name, root_genre_id) VALUES (:bindParentGenre, :bindRootId);&quot; ,{&quot;bindParentGenre&quot;: &lt;font style=&quot;color: rgb(255, 128, 0);&quot;&gt;inputParentGenre&lt;/font&gt;, &quot;bindRootId&quot;: &lt;font style=&quot;color: rgb(255, 255, 0);&quot;&gt;inputRootGenreId&lt;/font&gt;})" vertex="1">
          <mxGeometry height="70" width="675" x="205" y="2180" as="geometry" />
        </mxCell>
        <mxCell id="xgELYtRN8pwQXO-F7E_u-115" edge="1" parent="1" source="xgELYtRN8pwQXO-F7E_u-110" style="edgeStyle=orthogonalEdgeStyle;rounded=0;orthogonalLoop=1;jettySize=auto;html=1;entryX=0.5;entryY=0;entryDx=0;entryDy=0;" target="xgELYtRN8pwQXO-F7E_u-114">
          <mxGeometry relative="1" as="geometry" />
        </mxCell>
        <mxCell id="xgELYtRN8pwQXO-F7E_u-110" parent="1" style="rounded=0;whiteSpace=wrap;html=1;" value="&lt;font style=&quot;color: rgb(255, 128, 0);&quot;&gt;Parent_genre&lt;/font&gt; now inserted. Need to get its &lt;b&gt;id&lt;/b&gt;&amp;nbsp;value to add to&lt;br&gt;&lt;div&gt;&lt;span style=&quot;color: rgb(255, 128, 0); background-color: transparent;&quot;&gt;parentGenreId&lt;/span&gt;&amp;nbsp;&lt;span style=&quot;background-color: transparent; color: light-dark(rgb(0, 0, 0), rgb(255, 255, 255));&quot;&gt;for &lt;/span&gt;&lt;span style=&quot;background-color: transparent;&quot;&gt;&lt;font style=&quot;color: light-dark(rgb(0, 0, 0), rgb(255, 51, 153));&quot;&gt;genre insertion&lt;/font&gt;&lt;/span&gt;&lt;/div&gt;" vertex="1">
          <mxGeometry height="80" width="157.5" x="463.75" y="2280" as="geometry" />
        </mxCell>
        <mxCell id="xgELYtRN8pwQXO-F7E_u-118" edge="1" parent="1" source="xgELYtRN8pwQXO-F7E_u-114" style="edgeStyle=orthogonalEdgeStyle;rounded=0;orthogonalLoop=1;jettySize=auto;html=1;">
          <mxGeometry relative="1" as="geometry">
            <Array as="points">
              <mxPoint x="543" y="2510" />
              <mxPoint x="800" y="2510" />
            </Array>
            <mxPoint x="800" y="2540" as="targetPoint" />
          </mxGeometry>
        </mxCell>
        <mxCell id="xgELYtRN8pwQXO-F7E_u-114" parent="1" style="ellipse;whiteSpace=wrap;html=1;" value="cursor.execute(&quot;SELECT * FROM&amp;nbsp;&lt;span style=&quot;color: rgb(255, 128, 0);&quot;&gt;Parent_Genre&lt;/span&gt;&amp;nbsp;WHERE name = &#39;:bindParentGenre&#39;;&quot;, {&quot;bindParentGenre&quot;:&amp;nbsp;&lt;span style=&quot;color: rgb(255, 128, 0);&quot;&gt;inputParentGenre&lt;/span&gt;})&lt;div&gt;result = cursor.fetchone()&lt;/div&gt;&lt;div&gt;&lt;span style=&quot;background-color: transparent; color: rgb(255, 128, 0);&quot;&gt;parentGenreId&lt;/span&gt;&amp;nbsp;= result[0]&lt;/div&gt;" vertex="1">
          <mxGeometry height="80" width="782.5" x="151.25" y="2390" as="geometry" />
        </mxCell>
        <mxCell id="xgELYtRN8pwQXO-F7E_u-121" edge="1" parent="1" source="xgELYtRN8pwQXO-F7E_u-116" style="edgeStyle=orthogonalEdgeStyle;rounded=0;orthogonalLoop=1;jettySize=auto;html=1;entryX=0.5;entryY=0;entryDx=0;entryDy=0;" target="xgELYtRN8pwQXO-F7E_u-120">
          <mxGeometry relative="1" as="geometry" />
        </mxCell>
        <mxCell id="xgELYtRN8pwQXO-F7E_u-116" parent="1" style="rounded=1;whiteSpace=wrap;html=1;" value="&lt;i&gt;Obtained parent_genre_id...&lt;/i&gt;&lt;div&gt;&lt;i&gt;Inserting genre&lt;/i&gt;&amp;nbsp;&lt;font style=&quot;color: rgb(255, 51, 153);&quot;&gt;inputGenre &lt;/font&gt;&lt;i&gt;into the database...&lt;/i&gt;&lt;/div&gt;" vertex="1">
          <mxGeometry height="60" width="210" x="695" y="2540" as="geometry" />
        </mxCell>
        <mxCell id="xgELYtRN8pwQXO-F7E_u-123" edge="1" parent="1" source="xgELYtRN8pwQXO-F7E_u-120" style="edgeStyle=orthogonalEdgeStyle;rounded=0;orthogonalLoop=1;jettySize=auto;html=1;" target="xgELYtRN8pwQXO-F7E_u-122">
          <mxGeometry relative="1" as="geometry" />
        </mxCell>
        <mxCell id="xgELYtRN8pwQXO-F7E_u-120" parent="1" style="rounded=0;whiteSpace=wrap;html=1;" value="&lt;b&gt;&lt;font style=&quot;color: light-dark(rgb(0, 0, 0), rgb(255, 51, 153));&quot;&gt;Genre insertion&lt;/font&gt;&lt;/b&gt;&lt;div&gt;Insert&amp;nbsp;&lt;span style=&quot;color: rgb(255, 51, 153); background-color: transparent;&quot;&gt;inputGenre&lt;/span&gt;&lt;span style=&quot;color: rgb(255, 51, 153); background-color: transparent;&quot;&gt;&amp;nbsp;&lt;/span&gt;&lt;span style=&quot;background-color: transparent; color: light-dark(rgb(0, 0, 0), rgb(255, 255, 255));&quot;&gt;into Genre table with&amp;nbsp;&lt;/span&gt;&lt;span style=&quot;background-color: transparent; color: rgb(255, 128, 0);&quot;&gt;parentGenreId&lt;/span&gt;&lt;span style=&quot;background-color: transparent; color: light-dark(rgb(0, 0, 0), rgb(255, 255, 255));&quot;&gt;&amp;nbsp;as foreign key&lt;/span&gt;&lt;span style=&quot;background-color: transparent; color: light-dark(rgb(0, 0, 0), rgb(255, 255, 255));&quot;&gt;&amp;nbsp;&lt;/span&gt;&lt;/div&gt;" vertex="1">
          <mxGeometry height="60" width="170" x="715" y="2640" as="geometry" />
        </mxCell>
        <mxCell id="xgELYtRN8pwQXO-F7E_u-125" edge="1" parent="1" source="xgELYtRN8pwQXO-F7E_u-122" style="edgeStyle=orthogonalEdgeStyle;rounded=0;orthogonalLoop=1;jettySize=auto;html=1;" target="xgELYtRN8pwQXO-F7E_u-124">
          <mxGeometry relative="1" as="geometry" />
        </mxCell>
        <mxCell id="xgELYtRN8pwQXO-F7E_u-122" parent="1" style="ellipse;whiteSpace=wrap;html=1;" value="cursor.execute(&quot;INSERT INTO &lt;font style=&quot;color: rgb(255, 51, 153);&quot;&gt;Genre &lt;/font&gt;(name, parent_genre_id) VALUES&amp;nbsp;(:bindGenre, :bindParentId);&quot;, {&quot;bindGenre&quot;: &lt;font style=&quot;color: rgb(255, 51, 153);&quot;&gt;inputGenre&lt;/font&gt;, &quot;bindParentId&quot;: &lt;font style=&quot;color: rgb(255, 128, 0);&quot;&gt;parentGenreId&lt;/font&gt;})&amp;nbsp;" vertex="1">
          <mxGeometry height="80" width="665.31" x="467.34000000000003" y="2730" as="geometry" />
        </mxCell>
        <mxCell id="xgELYtRN8pwQXO-F7E_u-127" edge="1" parent="1" source="xgELYtRN8pwQXO-F7E_u-124" style="edgeStyle=orthogonalEdgeStyle;rounded=0;orthogonalLoop=1;jettySize=auto;html=1;entryX=0.5;entryY=0;entryDx=0;entryDy=0;" target="xgELYtRN8pwQXO-F7E_u-126">
          <mxGeometry relative="1" as="geometry" />
        </mxCell>
        <mxCell id="xgELYtRN8pwQXO-F7E_u-124" parent="1" style="rounded=0;whiteSpace=wrap;html=1;" value="&lt;font style=&quot;color: rgb(255, 51, 153);&quot;&gt;&lt;font&gt;Genre&lt;/font&gt; &lt;/font&gt;now inserted. Need to get its &lt;b&gt;id&lt;/b&gt;&amp;nbsp;value to add to&lt;br&gt;&lt;div&gt;&lt;span style=&quot;color: rgb(255, 51, 153);&quot;&gt;genreId&amp;nbsp;&lt;/span&gt;&lt;span style=&quot;background-color: transparent; color: light-dark(rgb(0, 0, 0), rgb(255, 255, 255));&quot;&gt;for &lt;/span&gt;&lt;span style=&quot;background-color: transparent;&quot;&gt;&lt;font style=&quot;color: light-dark(rgb(0, 0, 0), rgb(0, 255, 255));&quot;&gt;artist insertion&lt;/font&gt;&lt;/span&gt;&lt;span style=&quot;background-color: transparent; color: light-dark(rgb(0, 0, 0), rgb(255, 255, 255));&quot;&gt;&amp;nbsp;&lt;/span&gt;&lt;/div&gt;" vertex="1">
          <mxGeometry height="70" width="157.5" x="721.25" y="2840" as="geometry" />
        </mxCell>
        <mxCell id="xgELYtRN8pwQXO-F7E_u-133" edge="1" parent="1" source="xgELYtRN8pwQXO-F7E_u-126" style="edgeStyle=orthogonalEdgeStyle;rounded=0;orthogonalLoop=1;jettySize=auto;html=1;" target="xgELYtRN8pwQXO-F7E_u-129">
          <mxGeometry relative="1" as="geometry" />
        </mxCell>
        <mxCell id="xgELYtRN8pwQXO-F7E_u-126" parent="1" style="ellipse;whiteSpace=wrap;html=1;" value="cursor.execute(&quot;SELECT * FROM &lt;font style=&quot;color: rgb(255, 51, 153);&quot;&gt;Genre &lt;/font&gt;WHERE name = :bindGenre&quot;, {&quot;bindGenre&quot;: &lt;font style=&quot;color: rgb(255, 51, 153);&quot;&gt;inputGenre&lt;/font&gt;})&lt;div&gt;result = cursor.fetchone()&lt;/div&gt;&lt;div&gt;&lt;font style=&quot;color: rgb(255, 51, 153);&quot;&gt;genreId &lt;/font&gt;= result[0]&lt;/div&gt;" vertex="1">
          <mxGeometry height="80" width="751.25" x="424.38" y="2950" as="geometry" />
        </mxCell>
        <mxCell id="xgELYtRN8pwQXO-F7E_u-136" edge="1" parent="1" source="xgELYtRN8pwQXO-F7E_u-129" style="edgeStyle=orthogonalEdgeStyle;rounded=0;orthogonalLoop=1;jettySize=auto;html=1;entryX=0.5;entryY=0;entryDx=0;entryDy=0;" target="xgELYtRN8pwQXO-F7E_u-135">
          <mxGeometry relative="1" as="geometry" />
        </mxCell>
        <mxCell id="xgELYtRN8pwQXO-F7E_u-129" parent="1" style="rounded=0;whiteSpace=wrap;html=1;" value="We now have the&lt;div&gt;artist name =&lt;font style=&quot;background-color: transparent; color: rgb(0, 255, 255);&quot;&gt;inputArtist&lt;/font&gt;&lt;i style=&quot;background-color: transparent; color: light-dark(rgb(0, 0, 0), rgb(255, 255, 255));&quot;&gt;&lt;font style=&quot;color: rgb(0, 255, 255);&quot;&gt;&amp;nbsp;&lt;/font&gt;&lt;/i&gt;&lt;/div&gt;&lt;div&gt;genre_id =&amp;nbsp;&lt;span style=&quot;color: rgb(255, 51, 153); background-color: transparent;&quot;&gt;genreId&amp;nbsp;&lt;/span&gt;&lt;/div&gt;&lt;div&gt;&lt;span style=&quot;color: rgb(255, 51, 153); background-color: transparent;&quot;&gt;&lt;span style=&quot;color: rgb(255, 255, 255);&quot;&gt;Ask for more information&lt;/span&gt;&lt;/span&gt;&lt;/div&gt;" vertex="1">
          <mxGeometry height="80" width="160" x="1120" y="3110" as="geometry" />
        </mxCell>
        <mxCell id="xgELYtRN8pwQXO-F7E_u-140" edge="1" parent="1" source="xgELYtRN8pwQXO-F7E_u-135" style="edgeStyle=orthogonalEdgeStyle;rounded=0;orthogonalLoop=1;jettySize=auto;html=1;" target="xgELYtRN8pwQXO-F7E_u-139">
          <mxGeometry relative="1" as="geometry">
            <Array as="points">
              <mxPoint x="1200" y="3320" />
              <mxPoint x="1040" y="3320" />
            </Array>
          </mxGeometry>
        </mxCell>
        <mxCell id="xgELYtRN8pwQXO-F7E_u-141" connectable="0" parent="xgELYtRN8pwQXO-F7E_u-140" style="edgeLabel;html=1;align=center;verticalAlign=middle;resizable=0;points=[];" value="isActive" vertex="1">
          <mxGeometry relative="1" x="-0.8667" y="1" as="geometry">
            <mxPoint x="19" as="offset" />
          </mxGeometry>
        </mxCell>
        <mxCell id="xgELYtRN8pwQXO-F7E_u-146" edge="1" parent="1" source="xgELYtRN8pwQXO-F7E_u-135" style="edgeStyle=orthogonalEdgeStyle;rounded=0;orthogonalLoop=1;jettySize=auto;html=1;entryX=0.5;entryY=0;entryDx=0;entryDy=0;" target="xgELYtRN8pwQXO-F7E_u-145">
          <mxGeometry relative="1" as="geometry" />
        </mxCell>
        <mxCell id="xgELYtRN8pwQXO-F7E_u-150" edge="1" parent="1" source="xgELYtRN8pwQXO-F7E_u-135" style="edgeStyle=orthogonalEdgeStyle;rounded=0;orthogonalLoop=1;jettySize=auto;html=1;" target="xgELYtRN8pwQXO-F7E_u-149">
          <mxGeometry relative="1" as="geometry">
            <Array as="points">
              <mxPoint x="1200" y="3320" />
              <mxPoint x="1360" y="3320" />
            </Array>
          </mxGeometry>
        </mxCell>
        <mxCell id="xgELYtRN8pwQXO-F7E_u-135" parent="1" style="rounded=1;whiteSpace=wrap;html=1;" value="&lt;i&gt;Is &lt;/i&gt;&lt;font style=&quot;color: rgb(0, 255, 255);&quot;&gt;inputArtist&lt;/font&gt;&lt;i&gt;&lt;font style=&quot;color: rgb(0, 255, 255);&quot;&gt;&amp;nbsp;&lt;/font&gt;still active? 1 for yes 2 for no:&amp;nbsp;&lt;/i&gt;" vertex="1">
          <mxGeometry height="60" width="120" x="1140" y="3230" as="geometry" />
        </mxCell>
        <mxCell id="xgELYtRN8pwQXO-F7E_u-138" edge="1" parent="1" source="xgELYtRN8pwQXO-F7E_u-137" style="edgeStyle=orthogonalEdgeStyle;rounded=0;orthogonalLoop=1;jettySize=auto;html=1;entryX=0.25;entryY=0;entryDx=0;entryDy=0;endArrow=none;endFill=0;" target="xgELYtRN8pwQXO-F7E_u-135">
          <mxGeometry relative="1" as="geometry" />
        </mxCell>
        <mxCell id="xgELYtRN8pwQXO-F7E_u-137" parent="1" style="rounded=0;whiteSpace=wrap;html=1;" value="Use while-loop to prevent different values.&lt;div&gt;Try-except for ValueError&lt;/div&gt;" vertex="1">
          <mxGeometry height="80" width="120" x="950" y="3170" as="geometry" />
        </mxCell>
        <mxCell id="xgELYtRN8pwQXO-F7E_u-143" edge="1" parent="1" source="xgELYtRN8pwQXO-F7E_u-139" style="edgeStyle=orthogonalEdgeStyle;rounded=0;orthogonalLoop=1;jettySize=auto;html=1;entryX=0.5;entryY=0;entryDx=0;entryDy=0;" target="xgELYtRN8pwQXO-F7E_u-142">
          <mxGeometry relative="1" as="geometry" />
        </mxCell>
        <mxCell id="xgELYtRN8pwQXO-F7E_u-139" parent="1" style="ellipse;whiteSpace=wrap;html=1;" value="if isActive == 1:&lt;span style=&quot;background-color: transparent; color: light-dark(rgb(0, 0, 0), rgb(255, 255, 255));&quot;&gt;&amp;nbsp;&lt;/span&gt;" vertex="1">
          <mxGeometry height="60" width="120" x="980" y="3340" as="geometry" />
        </mxCell>
        <mxCell id="xgELYtRN8pwQXO-F7E_u-156" edge="1" parent="1" source="xgELYtRN8pwQXO-F7E_u-142" style="edgeStyle=orthogonalEdgeStyle;rounded=0;orthogonalLoop=1;jettySize=auto;html=1;entryX=0.5;entryY=0;entryDx=0;entryDy=0;" target="xgELYtRN8pwQXO-F7E_u-155">
          <mxGeometry relative="1" as="geometry" />
        </mxCell>
        <mxCell id="xgELYtRN8pwQXO-F7E_u-142" parent="1" style="rounded=1;whiteSpace=wrap;html=1;" value="&lt;i&gt;marked&amp;nbsp;&lt;/i&gt;&lt;font style=&quot;color: rgb(0, 255, 255);&quot;&gt;inputArtist&lt;/font&gt;&lt;i&gt;&lt;font style=&quot;color: rgb(0, 255, 255);&quot;&gt;&amp;nbsp;&lt;/font&gt;&lt;/i&gt;&lt;i&gt;as active&lt;/i&gt;" vertex="1">
          <mxGeometry height="60" width="120" x="980" y="3430" as="geometry" />
        </mxCell>
        <mxCell id="xgELYtRN8pwQXO-F7E_u-157" edge="1" parent="1" source="xgELYtRN8pwQXO-F7E_u-144" style="edgeStyle=orthogonalEdgeStyle;rounded=0;orthogonalLoop=1;jettySize=auto;html=1;" target="xgELYtRN8pwQXO-F7E_u-155">
          <mxGeometry relative="1" as="geometry" />
        </mxCell>
        <mxCell id="xgELYtRN8pwQXO-F7E_u-144" parent="1" style="rounded=1;whiteSpace=wrap;html=1;" value="&lt;i&gt;marked&amp;nbsp;&lt;/i&gt;&lt;font style=&quot;color: rgb(0, 255, 255);&quot;&gt;inputArtist&lt;/font&gt;&lt;i&gt;&lt;font style=&quot;color: rgb(0, 255, 255);&quot;&gt;&amp;nbsp;&lt;/font&gt;&lt;/i&gt;&lt;i&gt;as inactive&lt;/i&gt;" vertex="1">
          <mxGeometry height="60" width="120" x="1140" y="3430" as="geometry" />
        </mxCell>
        <mxCell id="xgELYtRN8pwQXO-F7E_u-148" edge="1" parent="1" source="xgELYtRN8pwQXO-F7E_u-145" style="edgeStyle=orthogonalEdgeStyle;rounded=0;orthogonalLoop=1;jettySize=auto;html=1;entryX=0.5;entryY=0;entryDx=0;entryDy=0;" target="xgELYtRN8pwQXO-F7E_u-144">
          <mxGeometry relative="1" as="geometry" />
        </mxCell>
        <mxCell id="xgELYtRN8pwQXO-F7E_u-145" parent="1" style="ellipse;whiteSpace=wrap;html=1;" value="else:&lt;div&gt;&lt;span style=&quot;white-space: pre;&quot;&gt;&#x9;&lt;/span&gt;if isActive == 2:&lt;br&gt;&lt;/div&gt;&lt;div&gt;&lt;span style=&quot;white-space: pre;&quot;&gt;&#x9;&lt;/span&gt;isActive = 0&lt;/div&gt;" vertex="1">
          <mxGeometry height="60" width="120" x="1140" y="3340" as="geometry" />
        </mxCell>
        <mxCell id="xgELYtRN8pwQXO-F7E_u-153" edge="1" parent="1" source="xgELYtRN8pwQXO-F7E_u-149" style="edgeStyle=orthogonalEdgeStyle;rounded=0;orthogonalLoop=1;jettySize=auto;html=1;" target="xgELYtRN8pwQXO-F7E_u-152">
          <mxGeometry relative="1" as="geometry" />
        </mxCell>
        <mxCell id="xgELYtRN8pwQXO-F7E_u-149" parent="1" style="ellipse;whiteSpace=wrap;html=1;" value="&lt;div&gt;else:&lt;/div&gt;" vertex="1">
          <mxGeometry height="60" width="120" x="1300" y="3340" as="geometry" />
        </mxCell>
        <mxCell id="xgELYtRN8pwQXO-F7E_u-154" edge="1" parent="1" source="xgELYtRN8pwQXO-F7E_u-152" style="edgeStyle=orthogonalEdgeStyle;rounded=0;orthogonalLoop=1;jettySize=auto;html=1;entryX=0.75;entryY=0;entryDx=0;entryDy=0;" target="xgELYtRN8pwQXO-F7E_u-135">
          <mxGeometry relative="1" as="geometry">
            <Array as="points">
              <mxPoint x="1470" y="3460" />
              <mxPoint x="1470" y="3210" />
              <mxPoint x="1230" y="3210" />
            </Array>
          </mxGeometry>
        </mxCell>
        <mxCell id="xgELYtRN8pwQXO-F7E_u-152" parent="1" style="rounded=1;whiteSpace=wrap;html=1;" value="Invalid input. Please enter again" vertex="1">
          <mxGeometry height="60" width="120" x="1300" y="3430" as="geometry" />
        </mxCell>
        <mxCell id="xgELYtRN8pwQXO-F7E_u-159" edge="1" parent="1" source="xgELYtRN8pwQXO-F7E_u-155" style="edgeStyle=orthogonalEdgeStyle;rounded=0;orthogonalLoop=1;jettySize=auto;html=1;entryX=0.5;entryY=0;entryDx=0;entryDy=0;" target="xgELYtRN8pwQXO-F7E_u-158">
          <mxGeometry relative="1" as="geometry" />
        </mxCell>
        <mxCell id="xgELYtRN8pwQXO-F7E_u-155" parent="1" style="rounded=0;whiteSpace=wrap;html=1;" value="We now have the&lt;div&gt;artist name =&lt;font style=&quot;background-color: transparent; color: rgb(0, 255, 255);&quot;&gt;inputArtist&lt;/font&gt;&lt;i style=&quot;background-color: transparent; color: light-dark(rgb(0, 0, 0), rgb(255, 255, 255));&quot;&gt;&lt;font style=&quot;color: rgb(0, 255, 255);&quot;&gt;&amp;nbsp;&lt;/font&gt;&lt;/i&gt;&lt;/div&gt;&lt;div&gt;genre_id =&amp;nbsp;&lt;span style=&quot;color: rgb(255, 51, 153); background-color: transparent;&quot;&gt;genreId&amp;nbsp;&lt;/span&gt;&lt;/div&gt;&lt;div&gt;active = isActive&lt;/div&gt;&lt;div&gt;&lt;span style=&quot;color: rgb(255, 51, 153); background-color: transparent;&quot;&gt;&lt;span style=&quot;color: rgb(255, 255, 255);&quot;&gt;Move onto blob data&lt;/span&gt;&lt;/span&gt;&lt;/div&gt;" vertex="1">
          <mxGeometry height="100" width="170" x="1040" y="3560" as="geometry" />
        </mxCell>
        <mxCell id="xgELYtRN8pwQXO-F7E_u-163" edge="1" parent="1" source="xgELYtRN8pwQXO-F7E_u-158" style="edgeStyle=orthogonalEdgeStyle;rounded=0;orthogonalLoop=1;jettySize=auto;html=1;" target="xgELYtRN8pwQXO-F7E_u-162">
          <mxGeometry relative="1" as="geometry">
            <Array as="points">
              <mxPoint x="1125" y="3820" />
              <mxPoint x="980" y="3820" />
            </Array>
          </mxGeometry>
        </mxCell>
        <mxCell id="xgELYtRN8pwQXO-F7E_u-165" edge="1" parent="1" source="xgELYtRN8pwQXO-F7E_u-158" style="edgeStyle=orthogonalEdgeStyle;rounded=0;orthogonalLoop=1;jettySize=auto;html=1;entryX=0.5;entryY=0;entryDx=0;entryDy=0;" target="xgELYtRN8pwQXO-F7E_u-164">
          <mxGeometry relative="1" as="geometry" />
        </mxCell>
        <mxCell id="xgELYtRN8pwQXO-F7E_u-167" edge="1" parent="1" source="xgELYtRN8pwQXO-F7E_u-158" style="edgeStyle=orthogonalEdgeStyle;rounded=0;orthogonalLoop=1;jettySize=auto;html=1;entryX=0.5;entryY=0;entryDx=0;entryDy=0;" target="xgELYtRN8pwQXO-F7E_u-166">
          <mxGeometry relative="1" as="geometry">
            <Array as="points">
              <mxPoint x="1125" y="3820" />
              <mxPoint x="1270" y="3820" />
            </Array>
          </mxGeometry>
        </mxCell>
        <mxCell id="xgELYtRN8pwQXO-F7E_u-168" connectable="0" parent="xgELYtRN8pwQXO-F7E_u-167" style="edgeLabel;html=1;align=center;verticalAlign=middle;resizable=0;points=[];" value="isCityKnown" vertex="1">
          <mxGeometry relative="1" x="-0.8667" y="-2" as="geometry">
            <mxPoint as="offset" />
          </mxGeometry>
        </mxCell>
        <mxCell id="xgELYtRN8pwQXO-F7E_u-158" parent="1" style="rounded=1;whiteSpace=wrap;html=1;" value="&lt;i&gt;Is&amp;nbsp;&lt;/i&gt;&lt;font style=&quot;background-color: transparent; color: rgb(0, 255, 255);&quot;&gt;inputArtist&lt;/font&gt;&lt;i&gt;&#39;s city known? 1 for yes 2 for no:&amp;nbsp;&lt;/i&gt;" vertex="1">
          <mxGeometry height="60" width="120" x="1065" y="3720" as="geometry" />
        </mxCell>
        <mxCell id="xgELYtRN8pwQXO-F7E_u-160" parent="1" style="rounded=0;whiteSpace=wrap;html=1;" value="Use while-loop to prevent different values.&lt;div&gt;Try-except for ValueError&lt;/div&gt;" vertex="1">
          <mxGeometry height="80" width="120" x="890" y="3650" as="geometry" />
        </mxCell>
        <mxCell id="xgELYtRN8pwQXO-F7E_u-161" edge="1" parent="1" source="xgELYtRN8pwQXO-F7E_u-160" style="edgeStyle=orthogonalEdgeStyle;rounded=0;orthogonalLoop=1;jettySize=auto;html=1;entryX=0.19;entryY=-0.003;entryDx=0;entryDy=0;entryPerimeter=0;endArrow=none;endFill=0;" target="xgELYtRN8pwQXO-F7E_u-158">
          <mxGeometry relative="1" as="geometry" />
        </mxCell>
-         <mxCell id="xgELYtRN8pwQXO-F7E_u-173" edge="1" parent="1" source="xgELYtRN8pwQXO-F7E_u-162" style="edgeStyle=orthogonalEdgeStyle;rounded=0;orthogonalLoop=1;jettySize=auto;html=1;entryX=0.5;entryY=0;entryDx=0;entryDy=0;" target="xgELYtRN8pwQXO-F7E_u-172">
+         <mxCell id="xgELYtRN8pwQXO-F7E_u-204" edge="1" parent="1" source="xgELYtRN8pwQXO-F7E_u-162" style="edgeStyle=orthogonalEdgeStyle;rounded=0;orthogonalLoop=1;jettySize=auto;html=1;entryX=0.5;entryY=0;entryDx=0;entryDy=0;" target="xgELYtRN8pwQXO-F7E_u-202">
          <mxGeometry relative="1" as="geometry" />
        </mxCell>
        <mxCell id="xgELYtRN8pwQXO-F7E_u-162" parent="1" style="ellipse;whiteSpace=wrap;html=1;" value="if isCityKnown == 1:" vertex="1">
          <mxGeometry height="60" width="120" x="920" y="3860" as="geometry" />
        </mxCell>
        <mxCell id="xgELYtRN8pwQXO-F7E_u-164" parent="1" style="ellipse;whiteSpace=wrap;html=1;" value="else:&lt;div&gt;&lt;span style=&quot;white-space: pre;&quot;&gt;&#x9;&lt;/span&gt;if isCityKnown == 2:&lt;/div&gt;" vertex="1">
          <mxGeometry height="60" width="135" x="1057.5" y="3860" as="geometry" />
        </mxCell>
        <mxCell id="xgELYtRN8pwQXO-F7E_u-171" edge="1" parent="1" source="xgELYtRN8pwQXO-F7E_u-166" style="edgeStyle=orthogonalEdgeStyle;rounded=0;orthogonalLoop=1;jettySize=auto;html=1;entryX=0.75;entryY=0;entryDx=0;entryDy=0;" target="xgELYtRN8pwQXO-F7E_u-158">
          <mxGeometry relative="1" as="geometry">
            <Array as="points">
              <mxPoint x="1390" y="3890" />
              <mxPoint x="1390" y="3700" />
              <mxPoint x="1155" y="3700" />
            </Array>
          </mxGeometry>
        </mxCell>
        <mxCell id="xgELYtRN8pwQXO-F7E_u-166" parent="1" style="ellipse;whiteSpace=wrap;html=1;" value="else:" vertex="1">
          <mxGeometry height="60" width="120" x="1210" y="3860" as="geometry" />
        </mxCell>
        <mxCell id="xgELYtRN8pwQXO-F7E_u-175" edge="1" parent="1" source="xgELYtRN8pwQXO-F7E_u-172" style="edgeStyle=orthogonalEdgeStyle;rounded=0;orthogonalLoop=1;jettySize=auto;html=1;entryX=0.5;entryY=0;entryDx=0;entryDy=0;">
          <mxGeometry relative="1" as="geometry">
-             <mxPoint x="980" y="4060" as="targetPoint" />
-           </mxGeometry>
-         </mxCell>
-         <mxCell id="xgELYtRN8pwQXO-F7E_u-176" connectable="0" parent="xgELYtRN8pwQXO-F7E_u-175" style="edgeLabel;html=1;align=center;verticalAlign=middle;resizable=0;points=[];" value="&lt;font style=&quot;color: rgb(255, 181, 112);&quot;&gt;artistCity&lt;/font&gt;" vertex="1">
+             <mxPoint x="980" y="4270" as="targetPoint" />
+           </mxGeometry>
+         </mxCell>
+         <mxCell id="xgELYtRN8pwQXO-F7E_u-176" connectable="0" parent="xgELYtRN8pwQXO-F7E_u-175" style="edgeLabel;html=1;align=center;verticalAlign=middle;resizable=0;points=[];" value="&lt;font style=&quot;color: rgb(255, 181, 112);&quot;&gt;detailsData[&lt;/font&gt;&lt;font style=&quot;color: rgb(255, 255, 255);&quot;&gt;&#39;city&#39;&lt;/font&gt;&lt;font style=&quot;color: rgb(255, 181, 112);&quot;&gt;]&lt;/font&gt;" vertex="1">
          <mxGeometry relative="1" x="-0.1389" as="geometry">
            <mxPoint as="offset" />
          </mxGeometry>
        </mxCell>
        <mxCell id="xgELYtRN8pwQXO-F7E_u-172" parent="1" style="rounded=1;whiteSpace=wrap;html=1;" value="&lt;i&gt;What city are they from?&lt;/i&gt;" vertex="1">
-           <mxGeometry height="60" width="120" x="920" y="3950" as="geometry" />
+           <mxGeometry height="60" width="120" x="920" y="4160" as="geometry" />
        </mxCell>
        <mxCell id="xgELYtRN8pwQXO-F7E_u-180" edge="1" parent="1" source="xgELYtRN8pwQXO-F7E_u-178" style="edgeStyle=orthogonalEdgeStyle;rounded=0;orthogonalLoop=1;jettySize=auto;html=1;entryX=0.5;entryY=0;entryDx=0;entryDy=0;" target="xgELYtRN8pwQXO-F7E_u-179">
          <mxGeometry relative="1" as="geometry" />
        </mxCell>
-         <mxCell id="xgELYtRN8pwQXO-F7E_u-181" connectable="0" parent="xgELYtRN8pwQXO-F7E_u-180" style="edgeLabel;html=1;align=center;verticalAlign=middle;resizable=0;points=[];" value="&lt;font style=&quot;color: rgb(255, 181, 112);&quot;&gt;aristCountry&lt;/font&gt;" vertex="1">
+         <mxCell id="xgELYtRN8pwQXO-F7E_u-181" connectable="0" parent="xgELYtRN8pwQXO-F7E_u-180" style="edgeLabel;html=1;align=center;verticalAlign=middle;resizable=0;points=[];" value="&lt;font style=&quot;color: rgb(255, 181, 112);&quot;&gt;detailsData[&lt;/font&gt;&lt;font style=&quot;color: rgb(255, 255, 255);&quot;&gt;&#39;country&#39;&lt;/font&gt;&lt;font style=&quot;color: rgb(255, 181, 112);&quot;&gt;]&lt;/font&gt;" vertex="1">
          <mxGeometry relative="1" x="-0.3333" y="1" as="geometry">
            <mxPoint as="offset" />
          </mxGeometry>
        </mxCell>
        <mxCell id="xgELYtRN8pwQXO-F7E_u-178" parent="1" style="rounded=1;whiteSpace=wrap;html=1;" value="&lt;i&gt;What country is that city in?&lt;/i&gt;" vertex="1">
-           <mxGeometry height="60" width="120" x="920" y="4060" as="geometry" />
+           <mxGeometry height="60" width="120" x="920" y="4270" as="geometry" />
        </mxCell>
        <mxCell id="xgELYtRN8pwQXO-F7E_u-184" edge="1" parent="1" source="xgELYtRN8pwQXO-F7E_u-179" style="edgeStyle=orthogonalEdgeStyle;rounded=0;orthogonalLoop=1;jettySize=auto;html=1;entryX=0.5;entryY=0;entryDx=0;entryDy=0;">
          <mxGeometry relative="1" as="geometry">
-             <mxPoint x="980" y="4290" as="targetPoint" />
-           </mxGeometry>
-         </mxCell>
-         <mxCell id="xgELYtRN8pwQXO-F7E_u-185" connectable="0" parent="xgELYtRN8pwQXO-F7E_u-184" style="edgeLabel;html=1;align=center;verticalAlign=middle;resizable=0;points=[];" value="&lt;font style=&quot;color: rgb(255, 181, 112);&quot;&gt;artistContinent&lt;/font&gt;" vertex="1">
+             <mxPoint x="980" y="4500" as="targetPoint" />
+           </mxGeometry>
+         </mxCell>
+         <mxCell id="xgELYtRN8pwQXO-F7E_u-185" connectable="0" parent="xgELYtRN8pwQXO-F7E_u-184" style="edgeLabel;html=1;align=center;verticalAlign=middle;resizable=0;points=[];" value="&lt;font style=&quot;color: rgb(255, 181, 112);&quot;&gt;detailsData[&lt;/font&gt;&lt;font style=&quot;color: rgb(255, 255, 255);&quot;&gt;&#39;continent&#39;&lt;/font&gt;&lt;font style=&quot;color: rgb(255, 181, 112);&quot;&gt;]&lt;/font&gt;" vertex="1">
          <mxGeometry relative="1" x="-0.2222" as="geometry">
            <mxPoint as="offset" />
          </mxGeometry>
        </mxCell>
        <mxCell id="xgELYtRN8pwQXO-F7E_u-179" parent="1" style="rounded=1;whiteSpace=wrap;html=1;" value="&lt;i&gt;What continent is that country on?&lt;/i&gt;" vertex="1">
-           <mxGeometry height="60" width="120" x="920" y="4170" as="geometry" />
-         </mxCell>
-         <mxCell id="xgELYtRN8pwQXO-F7E_u-186" parent="1" style="rounded=0;whiteSpace=wrap;html=1;" value="Add &lt;font style=&quot;color: rgb(255, 181, 112);&quot;&gt;artistCity, artistCountry, artistContinent&lt;/font&gt;, to a &lt;b&gt;dictionary&lt;/b&gt;. Convert that dictionary to a string with json.dumps, which will be used in the jsonb() insertion for &lt;font style=&quot;color: rgb(0, 255, 255);&quot;&gt;Artist.details&lt;/font&gt;&amp;nbsp;" vertex="1">
-           <mxGeometry height="100" width="190" x="890" y="4290" as="geometry" />
+           <mxGeometry height="60" width="120" x="920" y="4380" as="geometry" />
+         </mxCell>
+         <mxCell id="xgELYtRN8pwQXO-F7E_u-186" parent="1" style="rounded=0;whiteSpace=wrap;html=1;" value="" vertex="1">
+           <mxGeometry height="100" width="190" x="890" y="4500" as="geometry" />
        </mxCell>
        <mxCell id="xgELYtRN8pwQXO-F7E_u-187" parent="1" style="ellipse;whiteSpace=wrap;html=1;" value="artistDetails =&amp;nbsp;" vertex="1">
-           <mxGeometry height="70" width="405" x="777.5" y="4450" as="geometry" />
+           <mxGeometry height="70" width="405" x="787.5" y="4700" as="geometry" />
+         </mxCell>
+         <mxCell id="xgELYtRN8pwQXO-F7E_u-206" edge="1" parent="1" source="xgELYtRN8pwQXO-F7E_u-202" style="edgeStyle=orthogonalEdgeStyle;rounded=0;orthogonalLoop=1;jettySize=auto;html=1;" target="xgELYtRN8pwQXO-F7E_u-205">
+           <mxGeometry relative="1" as="geometry" />
+         </mxCell>
+         <mxCell id="xgELYtRN8pwQXO-F7E_u-202" parent="1" style="rounded=0;whiteSpace=wrap;html=1;" value="Create an empty dictionary called &lt;font style=&quot;color: rgb(255, 181, 112);&quot;&gt;detailsData&lt;/font&gt;. User&#39;s input will be added to keys of that dictionary. Which will then be inserted as json blob into the &lt;b&gt;details&lt;/b&gt;&amp;nbsp;column" vertex="1">
+           <mxGeometry height="100" width="180" x="890" y="3950" as="geometry" />
+         </mxCell>
+         <mxCell id="xgELYtRN8pwQXO-F7E_u-207" edge="1" parent="1" source="xgELYtRN8pwQXO-F7E_u-205" style="edgeStyle=orthogonalEdgeStyle;rounded=0;orthogonalLoop=1;jettySize=auto;html=1;entryX=0.5;entryY=0;entryDx=0;entryDy=0;" target="xgELYtRN8pwQXO-F7E_u-172">
+           <mxGeometry relative="1" as="geometry" />
+         </mxCell>
+         <mxCell id="xgELYtRN8pwQXO-F7E_u-205" parent="1" style="ellipse;whiteSpace=wrap;html=1;" value="&lt;font style=&quot;color: rgb(255, 181, 112);&quot;&gt;detailsData &lt;/font&gt;= {}" vertex="1">
+           <mxGeometry height="60" width="120" x="920" y="4070" as="geometry" />
        </mxCell>
      </root>
    </mxGraphModel>
  </diagram>
</mxfile>
